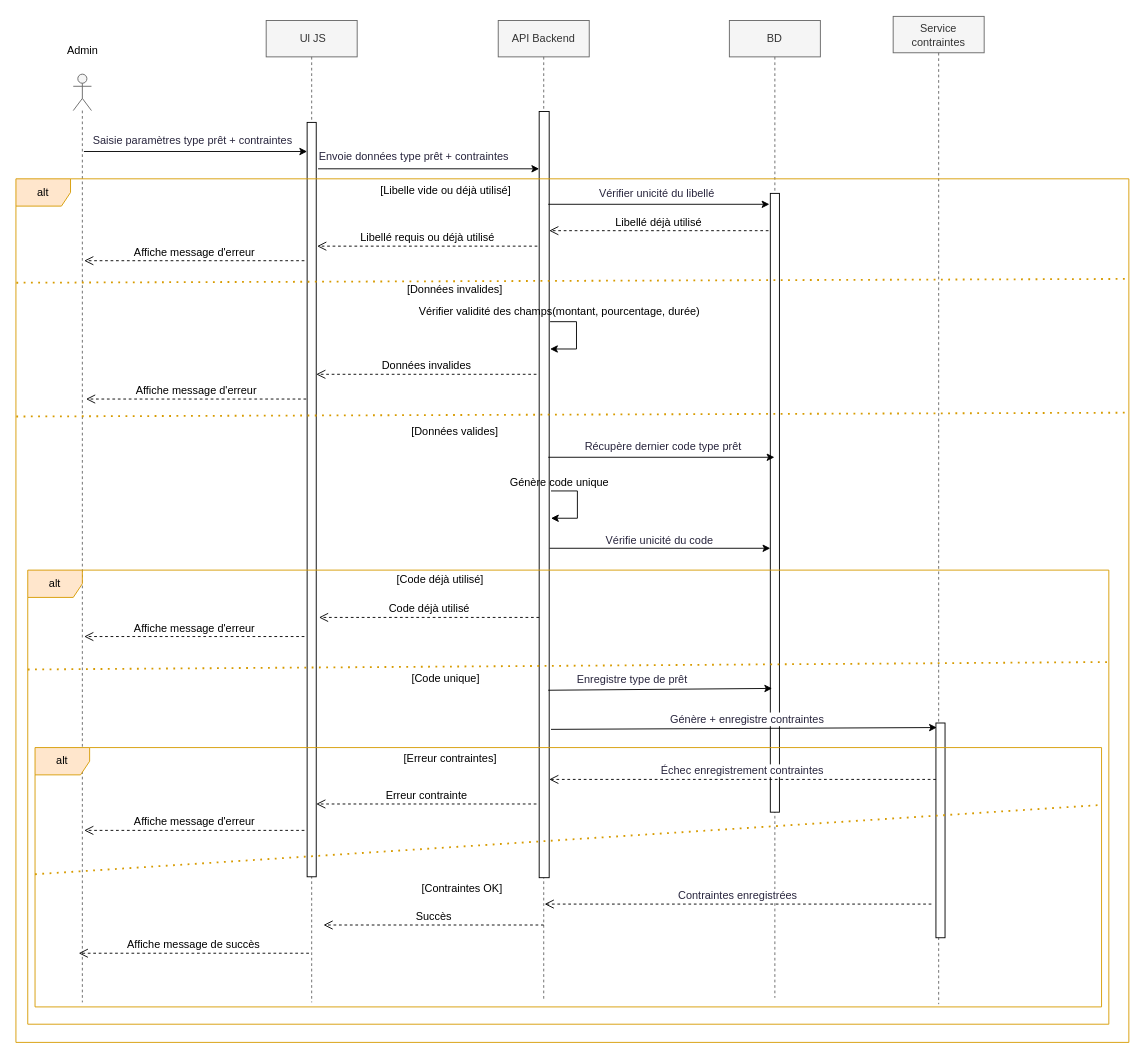
Earlier version of the draw.io diagram page37.drawio (nourmef/nour). Source tidied: cells renumbered, new cells numbered last; positions are measured from the earlier drawing's top-left corner, leaving out a move shared by most shapes. Both pictures are drawn from the tidied source at 91%, with x=0, y=0 at pixel (15, 15).
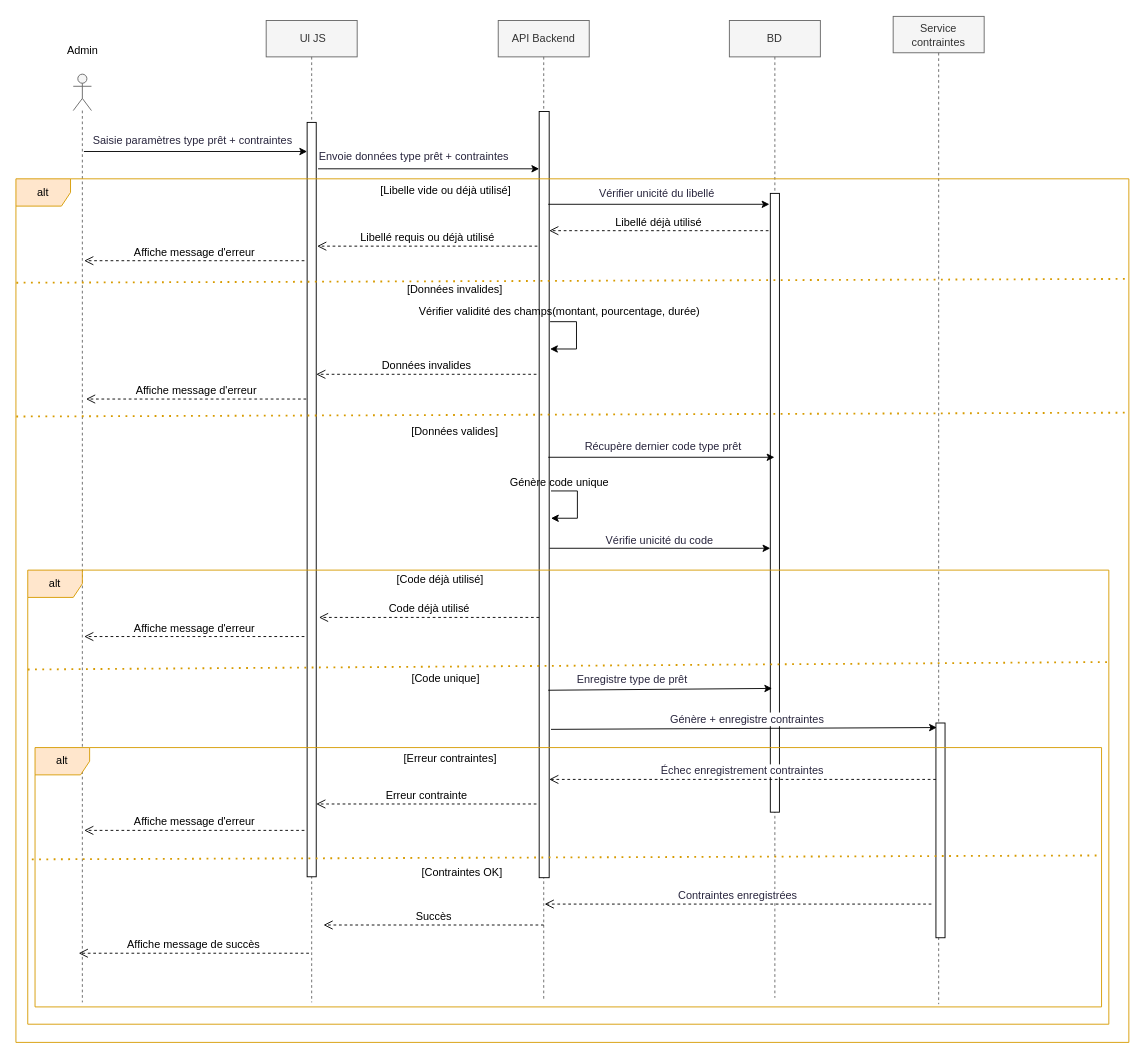
The same diagram, later.

Commit message (it also covers changes not shown here):
Mettre à jour page37.drawio

The change refers to these unchanged cells:
```xml
<mxCell id="47" value="alt" style="shape=umlFrame;whiteSpace=wrap;html=1;fillColor=#ffe6cc;strokeColor=#d79b00;" parent="1" vertex="1">
  <mxGeometry x="21" y="804" width="1172" height="285" as="geometry" />
</mxCell>
```

What changed in the source:
```diff
@@
-    <mxCell id="52" style="endArrow=none;dashed=1;html=1;dashPattern=1 3;strokeWidth=2;rounded=0;fillColor=#ffe6cc;strokeColor=#d79b00;entryX=0.997;entryY=0.222;entryDx=0;entryDy=0;entryPerimeter=0;" parent="1" edge="1" target="47">
-      <mxGeometry relative="1" as="geometry">
-        <mxPoint x="21" y="943.2" as="sourcePoint" />
-      </mxGeometry>
+    <mxCell id="52" style="endArrow=none;dashed=1;html=1;dashPattern=1 3;strokeWidth=2;rounded=0;fillColor=#ffe6cc;strokeColor=#d79b00;entryX=0.998;entryY=0.416;entryDx=0;entryDy=0;entryPerimeter=0;exitX=-0.003;exitY=0.431;exitDx=0;exitDy=0;exitPerimeter=0;" parent="1" edge="1" source="47" target="47">
+      <mxGeometry relative="1" as="geometry" />
     </mxCell>
     <mxCell id="53" value="[Contraintes OK]" style="text;html=1;align=center;verticalAlign=middle;strokeColor=none;fillColor=none;" parent="1" vertex="1">
-      <mxGeometry x="436" y="946" width="107" height="26" as="geometry" />
+      <mxGeometry x="436" y="929" width="107" height="26" as="geometry" />
     </mxCell>
```
